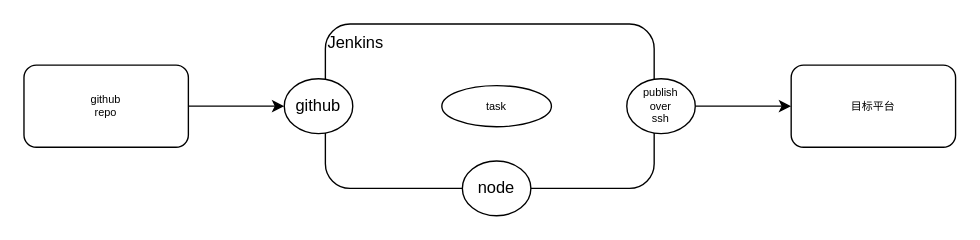
This is cicd.drawio from quboqin/drawio, a draw.io file, before an edit. Source tidied: cells renumbered, new cells numbered last; positions are measured from the earlier drawing's top-left corner, leaving out a move shared by most shapes. Both pictures are drawn from the tidied source at 137%, with x=0, y=0 at pixel (23, 23).
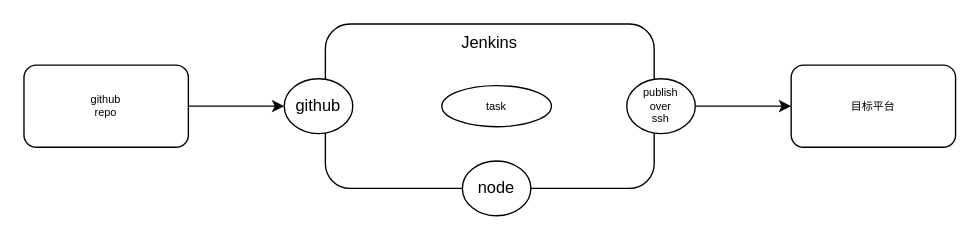
After the change.

What changed in the source:
```diff
@@
 <mxGraphModel>
   <root>
     <mxCell id="0" />
     <mxCell id="1" parent="0" />
-    <mxCell id="2" value="Jenkins" style="rounded=1;whiteSpace=wrap;html=1;align=left;verticalAlign=top;" parent="1" vertex="1">
+    <mxCell id="2" value="Jenkins" style="rounded=1;whiteSpace=wrap;html=1;align=center;verticalAlign=top;" parent="1" vertex="1">
       <mxGeometry x="220" width="240" height="120" as="geometry" />
     </mxCell>
     <mxCell id="3" value="github" style="ellipse;whiteSpace=wrap;html=1;" parent="1" vertex="1">
       <mxGeometry x="190" y="40" width="50" height="40" as="geometry" />
     </mxCell>
     <mxCell id="4" value="node" style="ellipse;whiteSpace=wrap;html=1;" parent="1" vertex="1">
       <mxGeometry x="320" y="100" width="50" height="40" as="geometry" />
     </mxCell>
     <mxCell id="5" style="edgeStyle=orthogonalEdgeStyle;rounded=0;jettySize=auto;html=1;fontSize=8;" parent="1" edge="1" source="6" target="9">
       <mxGeometry relative="1" as="geometry" />
     </mxCell>
     <mxCell id="6" value="publish&lt;br style=&quot;font-size: 8px;&quot;&gt;over&lt;br style=&quot;font-size: 8px;&quot;&gt;ssh" style="ellipse;whiteSpace=wrap;html=1;fontSize=8;" parent="1" vertex="1">
       <mxGeometry x="440" y="40" width="50" height="40" as="geometry" />
     </mxCell>
     <mxCell id="7" style="edgeStyle=orthogonalEdgeStyle;rounded=0;jettySize=auto;html=1;entryX=0;entryY=0.5;entryDx=0;entryDy=0;fontSize=8;" parent="1" edge="1" source="8" target="3">
       <mxGeometry relative="1" as="geometry" />
     </mxCell>
     <mxCell id="8" value="github&lt;br&gt;repo" style="rounded=1;whiteSpace=wrap;html=1;fontSize=8;" parent="1" vertex="1">
       <mxGeometry y="30" width="120" height="60" as="geometry" />
     </mxCell>
     <mxCell id="9" value="目标平台" style="rounded=1;whiteSpace=wrap;html=1;fontSize=8;" parent="1" vertex="1">
       <mxGeometry x="560" y="30" width="120" height="60" as="geometry" />
     </mxCell>
     <mxCell id="10" value="task" style="ellipse;whiteSpace=wrap;html=1;fontSize=8;" parent="1" vertex="1">
       <mxGeometry x="305" y="45" width="80" height="30" as="geometry" />
     </mxCell>
   </root>
 </mxGraphModel>
```
